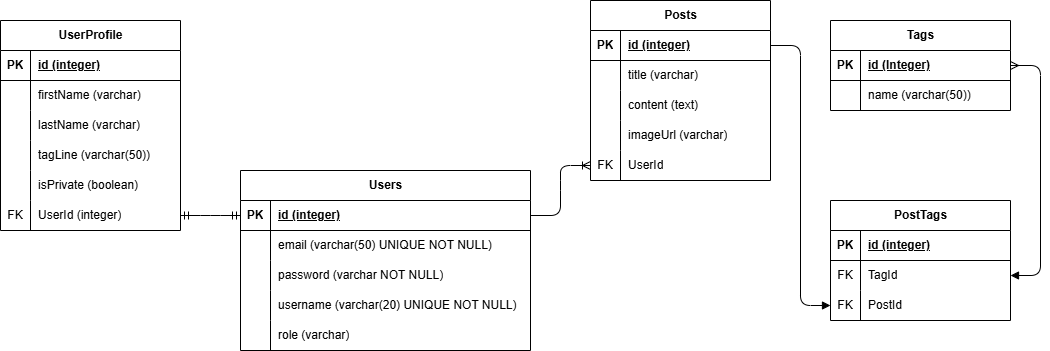
Before: erd.drawio.png, a diagram exported from draw.io (HozFisen/p1-hozclover-pp1-socialmedia). Source tidied: cells renumbered, new cells last; positions are measured from the earlier drawing's top-left corner, leaving out a move shared by most shapes. Its diagram source:
```xml
<mxGraphModel>
  <root>
    <mxCell id="0" />
    <mxCell id="1" parent="0" />
    <mxCell id="2" value="Users" style="shape=table;startSize=30;rowLines=0;fontStyle=1;align=center;html=1;" parent="1" vertex="1">
      <mxGeometry x="240" y="170" width="290" height="180" as="geometry" />
    </mxCell>
    <mxCell id="3" style="shape=tableRow;horizontal=0;startSize=0;swimlaneHead=0;swimlaneBody=0;fillColor=none;points=[[0,0.5],[1,0.5]];portConstraint=eastwest;top=0;left=0;right=0;bottom=1;" parent="2" vertex="1">
      <mxGeometry y="30" width="290" height="30" as="geometry" />
    </mxCell>
    <mxCell id="4" value="PK" style="shape=partialRectangle;fillColor=none;top=0;left=0;bottom=0;right=0;fontStyle=1;overflow=hidden;whiteSpace=wrap;html=1;" parent="3" vertex="1">
      <mxGeometry width="30" height="30" as="geometry" />
    </mxCell>
    <mxCell id="5" value="id (integer)" style="shape=partialRectangle;fillColor=none;top=0;left=0;bottom=0;right=0;align=left;spacingLeft=6;fontStyle=5;overflow=hidden;whiteSpace=wrap;html=1;" parent="3" vertex="1">
      <mxGeometry x="30" width="260" height="30" as="geometry" />
    </mxCell>
    <mxCell id="6" style="shape=tableRow;horizontal=0;startSize=0;swimlaneHead=0;swimlaneBody=0;fillColor=none;top=0;left=0;right=0;bottom=0;" parent="2" vertex="1">
      <mxGeometry y="60" width="290" height="30" as="geometry" />
    </mxCell>
    <mxCell id="7" style="shape=partialRectangle;fillColor=none;top=0;left=0;bottom=0;right=0;overflow=hidden;whiteSpace=wrap;html=1;" parent="6" vertex="1">
      <mxGeometry width="30" height="30" as="geometry" />
    </mxCell>
    <mxCell id="8" value="email (varchar(50) UNIQUE NOT NULL)" style="shape=partialRectangle;fillColor=none;top=0;left=0;bottom=0;right=0;align=left;spacingLeft=6;overflow=hidden;whiteSpace=wrap;html=1;" parent="6" vertex="1">
      <mxGeometry x="30" width="260" height="30" as="geometry" />
    </mxCell>
    <mxCell id="9" style="shape=tableRow;horizontal=0;startSize=0;swimlaneHead=0;swimlaneBody=0;fillColor=none;top=0;left=0;right=0;bottom=0;" parent="2" vertex="1">
      <mxGeometry y="90" width="290" height="30" as="geometry" />
    </mxCell>
    <mxCell id="10" style="shape=partialRectangle;fillColor=none;top=0;left=0;bottom=0;right=0;overflow=hidden;whiteSpace=wrap;html=1;" parent="9" vertex="1">
      <mxGeometry width="30" height="30" as="geometry" />
    </mxCell>
    <mxCell id="11" value="password (varchar NOT NULL)" style="shape=partialRectangle;fillColor=none;top=0;left=0;bottom=0;right=0;align=left;spacingLeft=6;overflow=hidden;whiteSpace=wrap;html=1;" parent="9" vertex="1">
      <mxGeometry x="30" width="260" height="30" as="geometry" />
    </mxCell>
    <mxCell id="12" style="shape=tableRow;horizontal=0;startSize=0;swimlaneHead=0;swimlaneBody=0;fillColor=none;top=0;left=0;right=0;bottom=0;" parent="2" vertex="1">
      <mxGeometry y="120" width="290" height="30" as="geometry" />
    </mxCell>
    <mxCell id="13" style="shape=partialRectangle;fillColor=none;top=0;left=0;bottom=0;right=0;overflow=hidden;whiteSpace=wrap;html=1;" parent="12" vertex="1">
      <mxGeometry width="30" height="30" as="geometry" />
    </mxCell>
    <mxCell id="14" value="username (varchar(20) UNIQUE NOT NULL)" style="shape=partialRectangle;fillColor=none;top=0;left=0;bottom=0;right=0;align=left;spacingLeft=6;overflow=hidden;whiteSpace=wrap;html=1;" parent="12" vertex="1">
      <mxGeometry x="30" width="260" height="30" as="geometry" />
    </mxCell>
    <mxCell id="15" style="shape=tableRow;horizontal=0;startSize=0;swimlaneHead=0;swimlaneBody=0;fillColor=none;top=0;left=0;right=0;bottom=0;" parent="2" vertex="1">
      <mxGeometry y="150" width="290" height="30" as="geometry" />
    </mxCell>
    <mxCell id="16" style="shape=partialRectangle;fillColor=none;top=0;left=0;bottom=0;right=0;overflow=hidden;whiteSpace=wrap;html=1;" parent="15" vertex="1">
      <mxGeometry width="30" height="30" as="geometry" />
    </mxCell>
    <mxCell id="17" value="role (varchar)" style="shape=partialRectangle;fillColor=none;top=0;left=0;bottom=0;right=0;align=left;spacingLeft=6;overflow=hidden;whiteSpace=wrap;html=1;" parent="15" vertex="1">
      <mxGeometry x="30" width="260" height="30" as="geometry" />
    </mxCell>
    <mxCell id="18" value="Posts" style="shape=table;startSize=30;rowLines=0;fontStyle=1;align=center;html=1;" parent="1" vertex="1">
      <mxGeometry x="590" width="180" height="180" as="geometry" />
    </mxCell>
    <mxCell id="19" style="shape=tableRow;horizontal=0;startSize=0;swimlaneHead=0;swimlaneBody=0;fillColor=none;points=[[0,0.5],[1,0.5]];portConstraint=eastwest;top=0;left=0;right=0;bottom=1;" parent="18" vertex="1">
      <mxGeometry y="30" width="180" height="30" as="geometry" />
    </mxCell>
    <mxCell id="20" value="PK" style="shape=partialRectangle;fillColor=none;top=0;left=0;bottom=0;right=0;fontStyle=1;overflow=hidden;whiteSpace=wrap;html=1;" parent="19" vertex="1">
      <mxGeometry width="30" height="30" as="geometry" />
    </mxCell>
    <mxCell id="21" value="id (integer)" style="shape=partialRectangle;fillColor=none;top=0;left=0;bottom=0;right=0;align=left;spacingLeft=6;fontStyle=5;overflow=hidden;whiteSpace=wrap;html=1;" parent="19" vertex="1">
      <mxGeometry x="30" width="150" height="30" as="geometry" />
    </mxCell>
    <mxCell id="22" style="shape=tableRow;horizontal=0;startSize=0;swimlaneHead=0;swimlaneBody=0;fillColor=none;top=0;left=0;right=0;bottom=0;" parent="18" vertex="1">
      <mxGeometry y="60" width="180" height="30" as="geometry" />
    </mxCell>
    <mxCell id="23" style="shape=partialRectangle;fillColor=none;top=0;left=0;bottom=0;right=0;overflow=hidden;whiteSpace=wrap;html=1;" parent="22" vertex="1">
      <mxGeometry width="30" height="30" as="geometry" />
    </mxCell>
    <mxCell id="24" value="title (varchar)" style="shape=partialRectangle;fillColor=none;top=0;left=0;bottom=0;right=0;align=left;spacingLeft=6;overflow=hidden;whiteSpace=wrap;html=1;" parent="22" vertex="1">
      <mxGeometry x="30" width="150" height="30" as="geometry" />
    </mxCell>
    <mxCell id="25" style="shape=tableRow;horizontal=0;startSize=0;swimlaneHead=0;swimlaneBody=0;fillColor=none;top=0;left=0;right=0;bottom=0;" parent="18" vertex="1">
      <mxGeometry y="90" width="180" height="30" as="geometry" />
    </mxCell>
    <mxCell id="26" style="shape=partialRectangle;fillColor=none;top=0;left=0;bottom=0;right=0;overflow=hidden;whiteSpace=wrap;html=1;" parent="25" vertex="1">
      <mxGeometry width="30" height="30" as="geometry" />
    </mxCell>
    <mxCell id="27" value="content (text)" style="shape=partialRectangle;fillColor=none;top=0;left=0;bottom=0;right=0;align=left;spacingLeft=6;overflow=hidden;whiteSpace=wrap;html=1;" parent="25" vertex="1">
      <mxGeometry x="30" width="150" height="30" as="geometry" />
    </mxCell>
    <mxCell id="28" style="shape=tableRow;horizontal=0;startSize=0;swimlaneHead=0;swimlaneBody=0;fillColor=none;top=0;left=0;right=0;bottom=0;" parent="18" vertex="1">
      <mxGeometry y="120" width="180" height="30" as="geometry" />
    </mxCell>
    <mxCell id="29" style="shape=partialRectangle;fillColor=none;top=0;left=0;bottom=0;right=0;overflow=hidden;whiteSpace=wrap;html=1;" parent="28" vertex="1">
      <mxGeometry width="30" height="30" as="geometry" />
    </mxCell>
    <mxCell id="30" value="imageUrl (varchar)" style="shape=partialRectangle;fillColor=none;top=0;left=0;bottom=0;right=0;align=left;spacingLeft=6;overflow=hidden;whiteSpace=wrap;html=1;" parent="28" vertex="1">
      <mxGeometry x="30" width="150" height="30" as="geometry" />
    </mxCell>
    <mxCell id="31" style="shape=tableRow;horizontal=0;startSize=0;swimlaneHead=0;swimlaneBody=0;fillColor=none;points=[[0,0.5],[1,0.5]];portConstraint=eastwest;top=0;left=0;right=0;bottom=0;" parent="18" vertex="1">
      <mxGeometry y="150" width="180" height="30" as="geometry" />
    </mxCell>
    <mxCell id="32" value="FK" style="shape=partialRectangle;fillColor=none;top=0;left=0;bottom=0;right=0;overflow=hidden;whiteSpace=wrap;html=1;" parent="31" vertex="1">
      <mxGeometry width="30" height="30" as="geometry" />
    </mxCell>
    <mxCell id="33" value="UserId" style="shape=partialRectangle;fillColor=none;top=0;left=0;bottom=0;right=0;align=left;spacingLeft=6;overflow=hidden;whiteSpace=wrap;html=1;" parent="31" vertex="1">
      <mxGeometry x="30" width="150" height="30" as="geometry" />
    </mxCell>
    <mxCell id="34" value="Tags" style="shape=table;startSize=30;rowLines=0;fontStyle=1;align=center;html=1;" parent="1" vertex="1">
      <mxGeometry x="830" y="20" width="180" height="90" as="geometry" />
    </mxCell>
    <mxCell id="35" style="shape=tableRow;horizontal=0;startSize=0;swimlaneHead=0;swimlaneBody=0;fillColor=none;points=[[0,0.5],[1,0.5]];portConstraint=eastwest;top=0;left=0;right=0;bottom=1;" parent="34" vertex="1">
      <mxGeometry y="30" width="180" height="30" as="geometry" />
    </mxCell>
    <mxCell id="36" value="PK" style="shape=partialRectangle;fillColor=none;top=0;left=0;bottom=0;right=0;fontStyle=1;overflow=hidden;whiteSpace=wrap;html=1;" parent="35" vertex="1">
      <mxGeometry width="30" height="30" as="geometry" />
    </mxCell>
    <mxCell id="37" value="id (Integer)" style="shape=partialRectangle;fillColor=none;top=0;left=0;bottom=0;right=0;align=left;spacingLeft=6;fontStyle=5;overflow=hidden;whiteSpace=wrap;html=1;" parent="35" vertex="1">
      <mxGeometry x="30" width="150" height="30" as="geometry" />
    </mxCell>
    <mxCell id="38" style="shape=tableRow;horizontal=0;startSize=0;swimlaneHead=0;swimlaneBody=0;fillColor=none;top=0;left=0;right=0;bottom=0;" parent="34" vertex="1">
      <mxGeometry y="60" width="180" height="30" as="geometry" />
    </mxCell>
    <mxCell id="39" style="shape=partialRectangle;fillColor=none;top=0;left=0;bottom=0;right=0;overflow=hidden;whiteSpace=wrap;html=1;" parent="38" vertex="1">
      <mxGeometry width="30" height="30" as="geometry" />
    </mxCell>
    <mxCell id="40" value="name (varchar(50))" style="shape=partialRectangle;fillColor=none;top=0;left=0;bottom=0;right=0;align=left;spacingLeft=6;overflow=hidden;whiteSpace=wrap;html=1;" parent="38" vertex="1">
      <mxGeometry x="30" width="150" height="30" as="geometry" />
    </mxCell>
    <mxCell id="41" value="UserProfile" style="shape=table;startSize=30;rowLines=0;fontStyle=1;align=center;html=1;" parent="1" vertex="1">
      <mxGeometry y="20" width="180" height="210" as="geometry" />
    </mxCell>
    <mxCell id="42" style="shape=tableRow;horizontal=0;startSize=0;swimlaneHead=0;swimlaneBody=0;fillColor=none;top=0;left=0;right=0;bottom=1;" parent="41" vertex="1">
      <mxGeometry y="30" width="180" height="30" as="geometry" />
    </mxCell>
    <mxCell id="43" value="PK" style="shape=partialRectangle;fillColor=none;top=0;left=0;bottom=0;right=0;fontStyle=1;overflow=hidden;whiteSpace=wrap;html=1;" parent="42" vertex="1">
      <mxGeometry width="30" height="30" as="geometry" />
    </mxCell>
    <mxCell id="44" value="id (integer)" style="shape=partialRectangle;fillColor=none;top=0;left=0;bottom=0;right=0;align=left;spacingLeft=6;fontStyle=5;overflow=hidden;whiteSpace=wrap;html=1;" parent="42" vertex="1">
      <mxGeometry x="30" width="150" height="30" as="geometry" />
    </mxCell>
    <mxCell id="45" style="shape=tableRow;horizontal=0;startSize=0;swimlaneHead=0;swimlaneBody=0;fillColor=none;top=0;left=0;right=0;bottom=0;" parent="41" vertex="1">
      <mxGeometry y="60" width="180" height="30" as="geometry" />
    </mxCell>
    <mxCell id="46" style="shape=partialRectangle;fillColor=none;top=0;left=0;bottom=0;right=0;overflow=hidden;whiteSpace=wrap;html=1;" parent="45" vertex="1">
      <mxGeometry width="30" height="30" as="geometry" />
    </mxCell>
    <mxCell id="47" value="firstName (varchar)" style="shape=partialRectangle;fillColor=none;top=0;left=0;bottom=0;right=0;align=left;spacingLeft=6;overflow=hidden;whiteSpace=wrap;html=1;" parent="45" vertex="1">
      <mxGeometry x="30" width="150" height="30" as="geometry" />
    </mxCell>
    <mxCell id="48" style="shape=tableRow;horizontal=0;startSize=0;swimlaneHead=0;swimlaneBody=0;fillColor=none;top=0;left=0;right=0;bottom=0;" parent="41" vertex="1">
      <mxGeometry y="90" width="180" height="30" as="geometry" />
    </mxCell>
    <mxCell id="49" style="shape=partialRectangle;fillColor=none;top=0;left=0;bottom=0;right=0;overflow=hidden;whiteSpace=wrap;html=1;" parent="48" vertex="1">
      <mxGeometry width="30" height="30" as="geometry" />
    </mxCell>
    <mxCell id="50" value="lastName (varchar)" style="shape=partialRectangle;fillColor=none;top=0;left=0;bottom=0;right=0;align=left;spacingLeft=6;overflow=hidden;whiteSpace=wrap;html=1;" parent="48" vertex="1">
      <mxGeometry x="30" width="150" height="30" as="geometry" />
    </mxCell>
    <mxCell id="51" style="shape=tableRow;horizontal=0;startSize=0;swimlaneHead=0;swimlaneBody=0;fillColor=none;top=0;left=0;right=0;bottom=0;" parent="41" vertex="1">
      <mxGeometry y="120" width="180" height="30" as="geometry" />
    </mxCell>
    <mxCell id="52" style="shape=partialRectangle;fillColor=none;top=0;left=0;bottom=0;right=0;overflow=hidden;whiteSpace=wrap;html=1;" parent="51" vertex="1">
      <mxGeometry width="30" height="30" as="geometry" />
    </mxCell>
    <mxCell id="53" value="tagLine (varchar(50))" style="shape=partialRectangle;fillColor=none;top=0;left=0;bottom=0;right=0;align=left;spacingLeft=6;overflow=hidden;whiteSpace=wrap;html=1;" parent="51" vertex="1">
      <mxGeometry x="30" width="150" height="30" as="geometry" />
    </mxCell>
    <mxCell id="54" style="shape=tableRow;horizontal=0;startSize=0;swimlaneHead=0;swimlaneBody=0;fillColor=none;top=0;left=0;right=0;bottom=0;" parent="41" vertex="1">
      <mxGeometry y="150" width="180" height="30" as="geometry" />
    </mxCell>
    <mxCell id="55" style="shape=partialRectangle;fillColor=none;top=0;left=0;bottom=0;right=0;overflow=hidden;whiteSpace=wrap;html=1;" parent="54" vertex="1">
      <mxGeometry width="30" height="30" as="geometry" />
    </mxCell>
    <mxCell id="56" value="isPrivate (boolean)" style="shape=partialRectangle;fillColor=none;top=0;left=0;bottom=0;right=0;align=left;spacingLeft=6;overflow=hidden;whiteSpace=wrap;html=1;" parent="54" vertex="1">
      <mxGeometry x="30" width="150" height="30" as="geometry" />
    </mxCell>
    <mxCell id="57" style="shape=tableRow;horizontal=0;startSize=0;swimlaneHead=0;swimlaneBody=0;fillColor=none;points=[[0,0.5],[1,0.5]];portConstraint=eastwest;top=0;left=0;right=0;bottom=0;" parent="41" vertex="1">
      <mxGeometry y="180" width="180" height="30" as="geometry" />
    </mxCell>
    <mxCell id="58" value="FK" style="shape=partialRectangle;fillColor=none;top=0;left=0;bottom=0;right=0;overflow=hidden;whiteSpace=wrap;html=1;" parent="57" vertex="1">
      <mxGeometry width="30" height="30" as="geometry" />
    </mxCell>
    <mxCell id="59" value="UserId (integer)" style="shape=partialRectangle;fillColor=none;top=0;left=0;bottom=0;right=0;align=left;spacingLeft=6;overflow=hidden;whiteSpace=wrap;html=1;" parent="57" vertex="1">
      <mxGeometry x="30" width="150" height="30" as="geometry" />
    </mxCell>
    <mxCell id="60" value="PostTags" style="shape=table;startSize=30;rowLines=0;fontStyle=1;align=center;html=1;" parent="1" vertex="1">
      <mxGeometry x="830" y="200" width="180" height="120" as="geometry" />
    </mxCell>
    <mxCell id="61" style="shape=tableRow;horizontal=0;startSize=0;swimlaneHead=0;swimlaneBody=0;fillColor=none;top=0;left=0;right=0;bottom=1;" parent="60" vertex="1">
      <mxGeometry y="30" width="180" height="30" as="geometry" />
    </mxCell>
    <mxCell id="62" value="PK" style="shape=partialRectangle;fillColor=none;top=0;left=0;bottom=0;right=0;fontStyle=1;overflow=hidden;whiteSpace=wrap;html=1;" parent="61" vertex="1">
      <mxGeometry width="30" height="30" as="geometry" />
    </mxCell>
    <mxCell id="63" value="id (integer)" style="shape=partialRectangle;fillColor=none;top=0;left=0;bottom=0;right=0;align=left;spacingLeft=6;fontStyle=5;overflow=hidden;whiteSpace=wrap;html=1;" parent="61" vertex="1">
      <mxGeometry x="30" width="150" height="30" as="geometry" />
    </mxCell>
    <mxCell id="64" style="shape=tableRow;horizontal=0;startSize=0;swimlaneHead=0;swimlaneBody=0;fillColor=none;points=[[0,0.5],[1,0.5]];portConstraint=eastwest;top=0;left=0;right=0;bottom=0;" parent="60" vertex="1">
      <mxGeometry y="60" width="180" height="30" as="geometry" />
    </mxCell>
    <mxCell id="65" value="FK" style="shape=partialRectangle;fillColor=none;top=0;left=0;bottom=0;right=0;overflow=hidden;whiteSpace=wrap;html=1;" parent="64" vertex="1">
      <mxGeometry width="30" height="30" as="geometry" />
    </mxCell>
    <mxCell id="66" value="TagId" style="shape=partialRectangle;fillColor=none;top=0;left=0;bottom=0;right=0;align=left;spacingLeft=6;overflow=hidden;whiteSpace=wrap;html=1;" parent="64" vertex="1">
      <mxGeometry x="30" width="150" height="30" as="geometry" />
    </mxCell>
    <mxCell id="67" style="shape=tableRow;horizontal=0;startSize=0;swimlaneHead=0;swimlaneBody=0;fillColor=none;points=[[0,0.5],[1,0.5]];portConstraint=eastwest;top=0;left=0;right=0;bottom=0;" parent="60" vertex="1">
      <mxGeometry y="90" width="180" height="30" as="geometry" />
    </mxCell>
    <mxCell id="68" value="FK" style="shape=partialRectangle;fillColor=none;top=0;left=0;bottom=0;right=0;overflow=hidden;whiteSpace=wrap;html=1;" parent="67" vertex="1">
      <mxGeometry width="30" height="30" as="geometry" />
    </mxCell>
    <mxCell id="69" value="PostId" style="shape=partialRectangle;fillColor=none;top=0;left=0;bottom=0;right=0;align=left;spacingLeft=6;overflow=hidden;whiteSpace=wrap;html=1;" parent="67" vertex="1">
      <mxGeometry x="30" width="150" height="30" as="geometry" />
    </mxCell>
    <mxCell id="70" style="edgeStyle=entityRelationEdgeStyle;fontSize=12;html=1;endArrow=ERmany;entryX=1;entryY=0.5;entryDx=0;entryDy=0;exitX=1;exitY=0.5;exitDx=0;exitDy=0;startArrow=block;startFill=1;" parent="1" edge="1" source="64" target="35">
      <mxGeometry relative="1" as="geometry" />
    </mxCell>
    <mxCell id="71" style="edgeStyle=entityRelationEdgeStyle;fontSize=12;html=1;endArrow=none;entryX=1;entryY=0.5;entryDx=0;entryDy=0;exitX=0;exitY=0.5;exitDx=0;exitDy=0;endFill=0;startArrow=block;startFill=1;" parent="1" edge="1" source="67" target="19">
      <mxGeometry relative="1" as="geometry" />
    </mxCell>
    <mxCell id="72" style="edgeStyle=entityRelationEdgeStyle;fontSize=12;html=1;endArrow=ERmandOne;startArrow=ERmandOne;entryX=1;entryY=0.5;entryDx=0;entryDy=0;exitX=0;exitY=0.5;exitDx=0;exitDy=0;" parent="1" edge="1" source="3" target="57">
      <mxGeometry relative="1" as="geometry">
        <Array as="points">
          <mxPoint x="240" y="160" />
          <mxPoint x="240" y="160" />
        </Array>
      </mxGeometry>
    </mxCell>
    <mxCell id="73" style="edgeStyle=entityRelationEdgeStyle;fontSize=12;html=1;endArrow=ERoneToMany;entryX=0;entryY=0.5;entryDx=0;entryDy=0;exitX=1;exitY=0.5;exitDx=0;exitDy=0;" parent="1" edge="1" source="3" target="31">
      <mxGeometry relative="1" as="geometry" />
    </mxCell>
  </root>
</mxGraphModel>
```
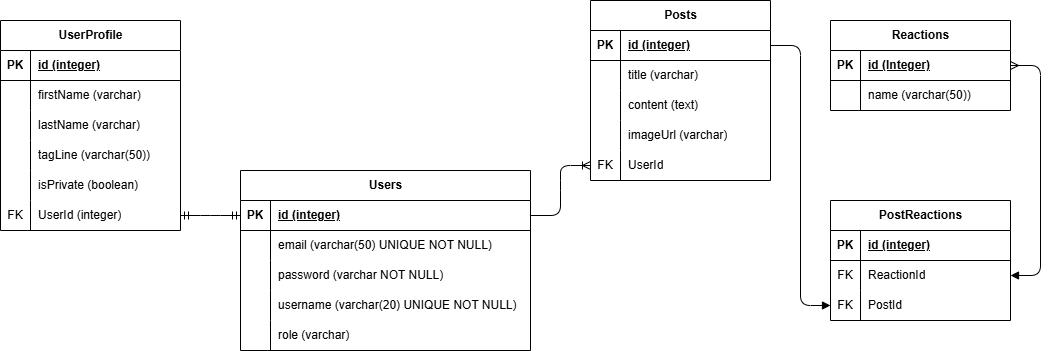
After the commit.

The edit, as a diff of the source:
```diff
@@ -98,7 +98,7 @@
     <mxCell id="33" value="UserId" style="shape=partialRectangle;fillColor=none;top=0;left=0;bottom=0;right=0;align=left;spacingLeft=6;overflow=hidden;whiteSpace=wrap;html=1;" parent="31" vertex="1">
       <mxGeometry x="30" width="150" height="30" as="geometry" />
     </mxCell>
-    <mxCell id="34" value="Tags" style="shape=table;startSize=30;rowLines=0;fontStyle=1;align=center;html=1;" parent="1" vertex="1">
+    <mxCell id="34" value="Reactions" style="shape=table;startSize=30;rowLines=0;fontStyle=1;align=center;html=1;" parent="1" vertex="1">
       <mxGeometry x="830" y="20" width="180" height="90" as="geometry" />
     </mxCell>
     <mxCell id="35" style="shape=tableRow;horizontal=0;startSize=0;swimlaneHead=0;swimlaneBody=0;fillColor=none;points=[[0,0.5],[1,0.5]];portConstraint=eastwest;top=0;left=0;right=0;bottom=1;" parent="34" vertex="1">
@@ -176,7 +176,7 @@
     <mxCell id="59" value="UserId (integer)" style="shape=partialRectangle;fillColor=none;top=0;left=0;bottom=0;right=0;align=left;spacingLeft=6;overflow=hidden;whiteSpace=wrap;html=1;" parent="57" vertex="1">
       <mxGeometry x="30" width="150" height="30" as="geometry" />
     </mxCell>
-    <mxCell id="60" value="PostTags" style="shape=table;startSize=30;rowLines=0;fontStyle=1;align=center;html=1;" parent="1" vertex="1">
+    <mxCell id="60" value="PostReactions" style="shape=table;startSize=30;rowLines=0;fontStyle=1;align=center;html=1;" parent="1" vertex="1">
       <mxGeometry x="830" y="200" width="180" height="120" as="geometry" />
     </mxCell>
     <mxCell id="61" style="shape=tableRow;horizontal=0;startSize=0;swimlaneHead=0;swimlaneBody=0;fillColor=none;top=0;left=0;right=0;bottom=1;" parent="60" vertex="1">
@@ -194,7 +194,7 @@
     <mxCell id="65" value="FK" style="shape=partialRectangle;fillColor=none;top=0;left=0;bottom=0;right=0;overflow=hidden;whiteSpace=wrap;html=1;" parent="64" vertex="1">
       <mxGeometry width="30" height="30" as="geometry" />
     </mxCell>
-    <mxCell id="66" value="TagId" style="shape=partialRectangle;fillColor=none;top=0;left=0;bottom=0;right=0;align=left;spacingLeft=6;overflow=hidden;whiteSpace=wrap;html=1;" parent="64" vertex="1">
+    <mxCell id="66" value="ReactionId" style="shape=partialRectangle;fillColor=none;top=0;left=0;bottom=0;right=0;align=left;spacingLeft=6;overflow=hidden;whiteSpace=wrap;html=1;" parent="64" vertex="1">
       <mxGeometry x="30" width="150" height="30" as="geometry" />
     </mxCell>
     <mxCell id="67" style="shape=tableRow;horizontal=0;startSize=0;swimlaneHead=0;swimlaneBody=0;fillColor=none;points=[[0,0.5],[1,0.5]];portConstraint=eastwest;top=0;left=0;right=0;bottom=0;" parent="60" vertex="1">
```
